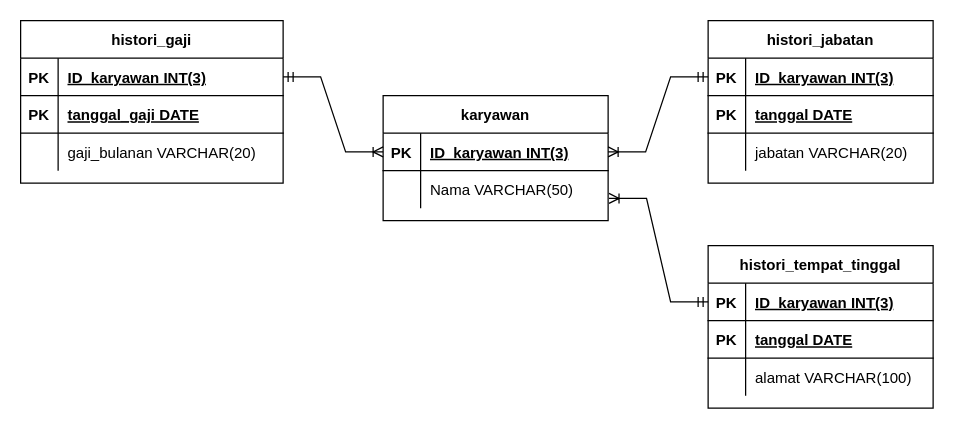
Above: page "Page-1" (1 of 2) of pertemuan7/ERD_quiz.drawio in nentinur/IF214002 (draw.io), before the change. Source tidied: cells renumbered, new cells numbered last; positions are measured from the earlier drawing's top-left corner, leaving out a move shared by most shapes. Both pictures are drawn from the tidied source at 125%, with x=0, y=0 at pixel (20, 20).
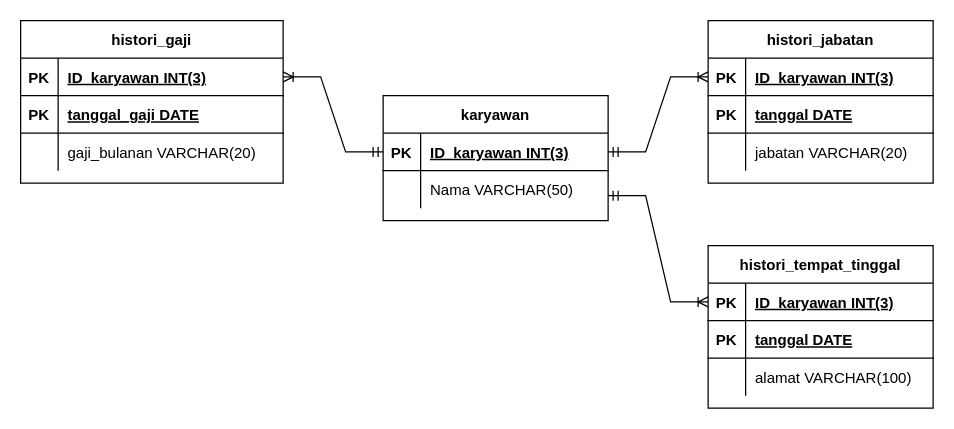
The same page after the edit.

The change refers to these unchanged cells:
```xml
<mxCell id="3" style="shape=tableRow;horizontal=0;startSize=0;swimlaneHead=0;swimlaneBody=0;fillColor=none;points=[[0,0.5],[1,0.5]];portConstraint=eastwest;top=0;left=0;right=0;bottom=1;" parent="2" vertex="1">
  <mxGeometry y="30" width="180" height="30" as="geometry" />
</mxCell>
<mxCell id="6" style="shape=tableRow;horizontal=0;startSize=0;swimlaneHead=0;swimlaneBody=0;fillColor=none;points=[[0,0.5],[1,0.5]];portConstraint=eastwest;top=0;left=0;right=0;bottom=0;" parent="2" vertex="1">
  <mxGeometry y="60" width="180" height="30" as="geometry" />
</mxCell>
<mxCell id="10" style="shape=tableRow;horizontal=0;startSize=0;swimlaneHead=0;swimlaneBody=0;fillColor=none;points=[[0,0.5],[1,0.5]];portConstraint=eastwest;top=0;left=0;right=0;bottom=1;" parent="9" vertex="1">
  <mxGeometry y="30" width="210" height="30" as="geometry" />
</mxCell>
<mxCell id="21" style="shape=tableRow;horizontal=0;startSize=0;swimlaneHead=0;swimlaneBody=0;fillColor=none;points=[[0,0.5],[1,0.5]];portConstraint=eastwest;top=0;left=0;right=0;bottom=1;" parent="20" vertex="1">
  <mxGeometry y="30" width="180" height="30" as="geometry" />
</mxCell>
<mxCell id="31" style="shape=tableRow;horizontal=0;startSize=0;swimlaneHead=0;swimlaneBody=0;fillColor=none;points=[[0,0.5],[1,0.5]];portConstraint=eastwest;top=0;left=0;right=0;bottom=1;" parent="30" vertex="1">
  <mxGeometry y="30" width="180" height="30" as="geometry" />
</mxCell>
```

The edit, as a diff of the source:
```diff
@@
-    <mxCell id="19" style="edgeStyle=entityRelationEdgeStyle;fontSize=12;html=1;endArrow=ERoneToMany;startArrow=ERmandOne;rounded=0;exitX=1;exitY=0.5;exitDx=0;exitDy=0;entryX=0;entryY=0.5;entryDx=0;entryDy=0;" parent="1" edge="1" source="10" target="3">
+    <mxCell id="19" style="edgeStyle=entityRelationEdgeStyle;fontSize=12;html=1;endArrow=ERoneToMany;startArrow=ERmandOne;rounded=0;entryX=1;entryY=0.5;entryDx=0;entryDy=0;exitX=0;exitY=0.5;exitDx=0;exitDy=0;" parent="1" edge="1" source="3" target="10">
       <mxGeometry relative="1" as="geometry" />
     </mxCell>
@@
-    <mxCell id="40" style="edgeStyle=entityRelationEdgeStyle;fontSize=12;html=1;endArrow=ERoneToMany;startArrow=ERmandOne;rounded=0;exitX=0;exitY=0.5;exitDx=0;exitDy=0;entryX=1.004;entryY=0.74;entryDx=0;entryDy=0;entryPerimeter=0;" parent="1" edge="1" source="21" target="6">
-      <mxGeometry relative="1" as="geometry" />
+    <mxCell id="40" style="edgeStyle=entityRelationEdgeStyle;fontSize=12;html=1;endArrow=ERoneToMany;startArrow=ERmandOne;rounded=0;" parent="1" edge="1" target="21">
+      <mxGeometry relative="1" as="geometry">
+        <mxPoint x="470" y="140" as="sourcePoint" />
+      </mxGeometry>
     </mxCell>
-    <mxCell id="41" style="edgeStyle=entityRelationEdgeStyle;fontSize=12;html=1;endArrow=ERoneToMany;startArrow=ERmandOne;rounded=0;exitX=0;exitY=0.5;exitDx=0;exitDy=0;entryX=1;entryY=0.5;entryDx=0;entryDy=0;" parent="1" edge="1" source="31" target="3">
+    <mxCell id="41" style="edgeStyle=entityRelationEdgeStyle;fontSize=12;html=1;endArrow=ERoneToMany;startArrow=ERmandOne;rounded=0;exitX=1;exitY=0.5;exitDx=0;exitDy=0;" parent="1" edge="1" source="3" target="31">
       <mxGeometry relative="1" as="geometry" />
     </mxCell>
```
